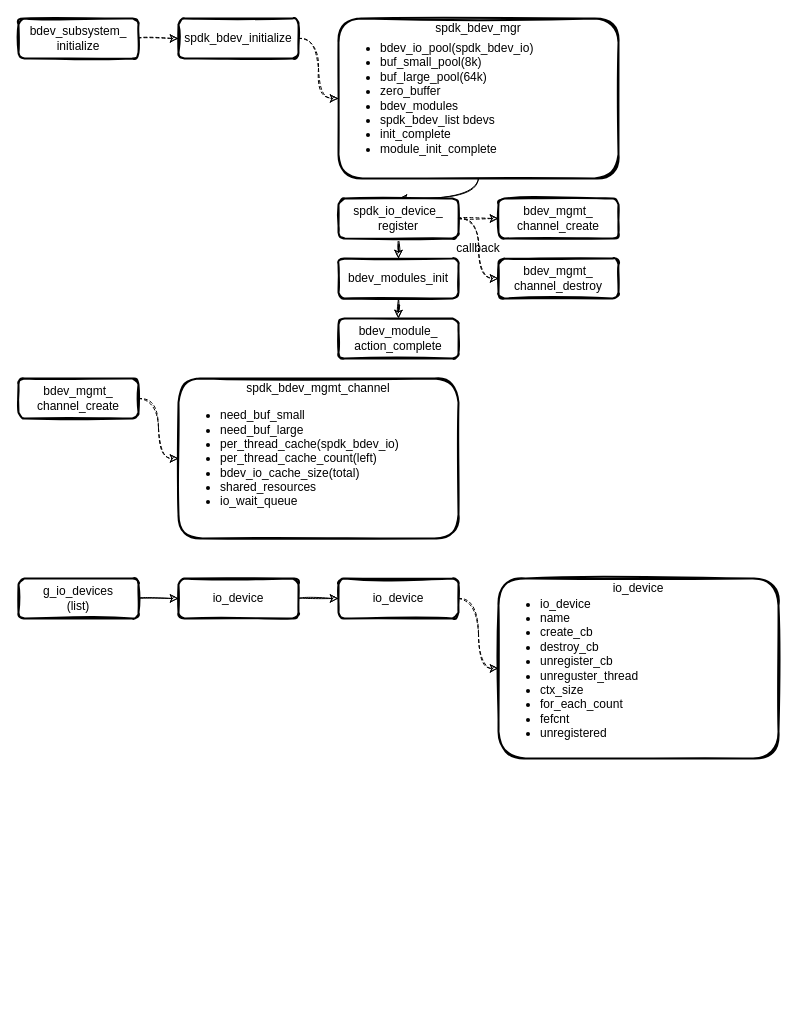
Earlier version of the draw.io diagram spdk/spdk_bdev.drawio (EarthWind/deeparch). Source tidied: cells renumbered, new cells numbered last; positions are measured from the earlier drawing's top-left corner, leaving out a move shared by most shapes. Both pictures are drawn from the tidied source at 100%, with x=0, y=0 at pixel (18, 18).
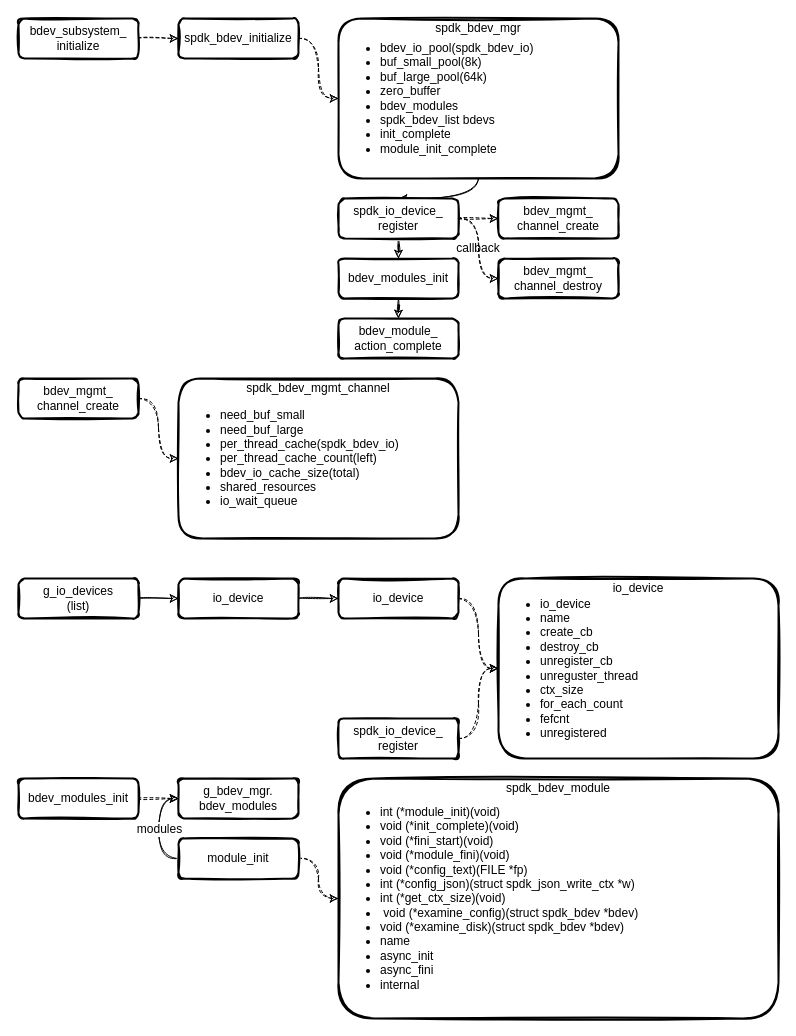
The same diagram, later.

Unchanged cells that the change refers to:
```xml
<mxCell id="32" value="&lt;ul&gt;&lt;li&gt;io_device&lt;br&gt;&lt;/li&gt;&lt;li&gt;name&lt;/li&gt;&lt;li&gt;create_cb&lt;/li&gt;&lt;li&gt;destroy_cb&lt;/li&gt;&lt;li&gt;unregister_cb&lt;/li&gt;&lt;li&gt;unreguster_thread&lt;/li&gt;&lt;li&gt;ctx_size&lt;/li&gt;&lt;li&gt;for_each_count&lt;/li&gt;&lt;li&gt;fefcnt&lt;/li&gt;&lt;li&gt;unregistered&lt;/li&gt;&lt;/ul&gt;" style="text;strokeColor=none;fillColor=none;html=1;whiteSpace=wrap;verticalAlign=middle;overflow=hidden;shadow=0;sketch=1;fillWeight=1;hachureGap=4;fontSize=12;fontColor=#000000;" parent="1" vertex="1">
  <mxGeometry x="480" y="560" width="280" height="180" as="geometry" />
</mxCell>
```

Diff of the diagram source:
```diff
@@
+    <mxCell id="34" style="rounded=1;whiteSpace=wrap;html=1;strokeWidth=2;fillWeight=4;hachureGap=8;hachureAngle=45;sketch=1;shadow=0;fontSize=12;fontColor=#000000;fillColor=#FFFFFF;" parent="1" vertex="1">
+      <mxGeometry x="320" y="760" width="440" height="240" as="geometry" />
+    </mxCell>
+    <mxCell id="35" value="&lt;ul&gt;&lt;li&gt;int (*module_init)(void)&lt;br&gt;&lt;/li&gt;&lt;li&gt;void (*init_complete)(void)&lt;br&gt;&lt;/li&gt;&lt;li&gt;void (*fini_start)(void)&lt;br&gt;&lt;/li&gt;&lt;li&gt;void (*module_fini)(void)&lt;br&gt;&lt;/li&gt;&lt;li&gt;void (*config_text)(FILE *fp)&lt;br&gt;&lt;/li&gt;&lt;li&gt;int (*config_json)(struct spdk_json_write_ctx *w)&lt;br&gt;&lt;/li&gt;&lt;li&gt;int (*get_ctx_size)(void)&lt;br&gt;&lt;/li&gt;&lt;li&gt;&amp;nbsp;void (*examine_config)(struct spdk_bdev *bdev)&lt;br&gt;&lt;/li&gt;&lt;li&gt;void (*examine_disk)(struct spdk_bdev *bdev)&lt;br&gt;&lt;/li&gt;&lt;li&gt;name&lt;br&gt;&lt;/li&gt;&lt;li&gt;async_init&lt;br&gt;&lt;/li&gt;&lt;li&gt;async_fini&lt;br&gt;&lt;/li&gt;&lt;li&gt;internal&lt;br&gt;&lt;/li&gt;&lt;/ul&gt;" style="text;strokeColor=none;fillColor=none;html=1;whiteSpace=wrap;verticalAlign=middle;overflow=hidden;shadow=0;sketch=1;fillWeight=1;hachureGap=4;fontSize=12;fontColor=#000000;" parent="1" vertex="1">
+      <mxGeometry x="320" y="760" width="440" height="240" as="geometry" />
+    </mxCell>
@@
+    <mxCell id="36" style="edgeStyle=orthogonalEdgeStyle;curved=1;rounded=0;sketch=1;jettySize=auto;html=1;fontSize=12;fontColor=#000000;dashed=1;" parent="1" edge="1" source="37" target="32">
+      <mxGeometry relative="1" as="geometry" />
+    </mxCell>
+    <mxCell id="37" value="spdk_io_device_&lt;br&gt;register" style="rounded=1;whiteSpace=wrap;html=1;strokeWidth=2;fillWeight=4;hachureGap=8;hachureAngle=45;sketch=1;shadow=0;fontSize=12;fontColor=#000000;fillColor=#FFFFFF;" parent="1" vertex="1">
+      <mxGeometry x="320" y="700" width="120" height="40" as="geometry" />
+    </mxCell>
+    <mxCell id="38" style="edgeStyle=orthogonalEdgeStyle;curved=1;rounded=0;sketch=1;jettySize=auto;html=1;entryX=0;entryY=0.5;entryDx=0;entryDy=0;dashed=1;fontSize=12;fontColor=#000000;" parent="1" edge="1" source="39" target="40">
+      <mxGeometry relative="1" as="geometry" />
+    </mxCell>
+    <mxCell id="39" value="bdev_modules_init" style="rounded=1;whiteSpace=wrap;html=1;strokeWidth=2;fillWeight=4;hachureGap=8;hachureAngle=45;sketch=1;shadow=0;fontSize=12;fontColor=#000000;fillColor=#FFFFFF;" parent="1" vertex="1">
+      <mxGeometry y="760" width="120" height="40" as="geometry" />
+    </mxCell>
+    <mxCell id="40" value="g_bdev_mgr.&lt;br&gt;bdev_modules" style="rounded=1;whiteSpace=wrap;html=1;strokeWidth=2;fillWeight=4;hachureGap=8;hachureAngle=45;sketch=1;shadow=0;fontSize=12;fontColor=#000000;fillColor=#FFFFFF;" parent="1" vertex="1">
+      <mxGeometry x="160" y="760" width="120" height="40" as="geometry" />
+    </mxCell>
+    <mxCell id="41" style="edgeStyle=orthogonalEdgeStyle;curved=1;rounded=0;sketch=1;jettySize=auto;html=1;entryX=0;entryY=0.5;entryDx=0;entryDy=0;fontSize=12;fontColor=#000000;exitX=0;exitY=0.5;exitDx=0;exitDy=0;" parent="1" edge="1" source="44" target="40">
+      <mxGeometry relative="1" as="geometry" />
+    </mxCell>
+    <mxCell id="42" value="modules" style="edgeLabel;html=1;align=center;verticalAlign=middle;fontSize=12;fontColor=#000000;" parent="41" vertex="1">
+      <mxGeometry x="-0.22" y="-1" relative="1" as="geometry">
+        <mxPoint x="-1" y="-11" as="offset" />
+      </mxGeometry>
+    </mxCell>
+    <mxCell id="43" style="edgeStyle=orthogonalEdgeStyle;curved=1;rounded=0;sketch=1;jettySize=auto;html=1;fontSize=12;fontColor=#000000;dashed=1;" parent="1" edge="1" source="44" target="35">
+      <mxGeometry relative="1" as="geometry" />
+    </mxCell>
+    <mxCell id="44" value="module_init" style="rounded=1;whiteSpace=wrap;html=1;strokeWidth=2;fillWeight=4;hachureGap=8;hachureAngle=45;sketch=1;shadow=0;fontSize=12;fontColor=#000000;fillColor=#FFFFFF;" parent="1" vertex="1">
+      <mxGeometry x="160" y="820" width="120" height="40" as="geometry" />
+    </mxCell>
+    <mxCell id="45" value="spdk_bdev_module" style="text;html=1;strokeColor=none;fillColor=none;align=center;verticalAlign=middle;whiteSpace=wrap;overflow=hidden;shadow=0;sketch=1;fillWeight=1;hachureGap=4;fontSize=12;fontColor=#000000;" parent="1" vertex="1">
+      <mxGeometry x="480" y="760" width="120" height="20" as="geometry" />
+    </mxCell>
```
